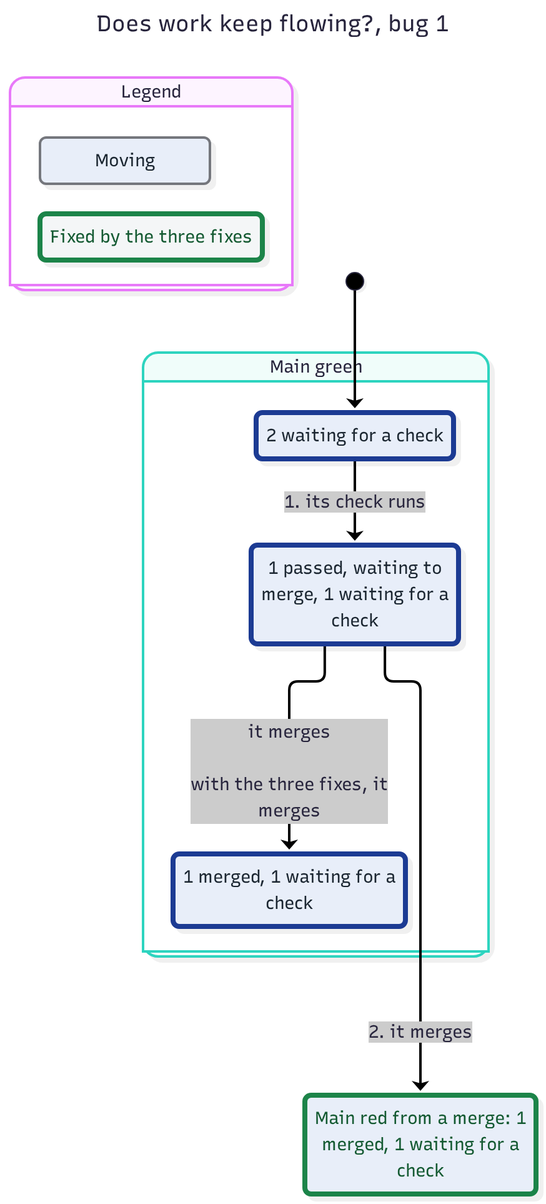
Earlier version of the Mermaid export features/jmerge/spec/FlowToday-statechart/bug-1.png (JoshuaHayesWasHere/jstack). Its source is kept beside it as features/jmerge/spec/FlowToday-statechart/bug-1.mmd.
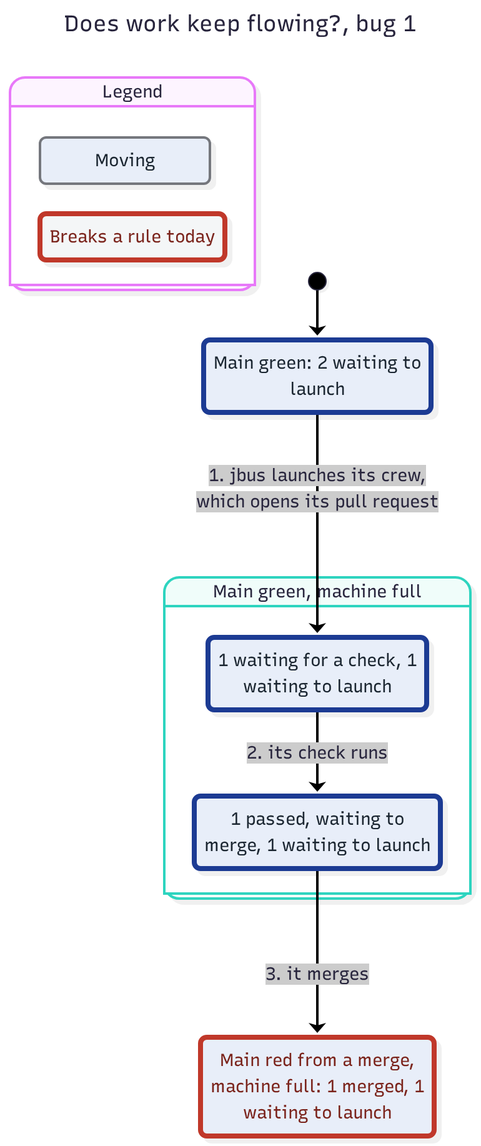
Above is the later version.

What changed in the source:
```diff
@@ -6,27 +6,27 @@
     useMaxWidth: false
 ---
 stateDiagram-v2
-  classDef plainFixed fill:#f4f6f7,stroke:#1e8449,stroke-width:4px,color:#145a32
+  classDef plainWrong fill:#f4f6f7,stroke:#c0392b,stroke-width:4px,color:#7b241c
   classDef group1 fill:#e8eef9,stroke:#74777d,color:#1b2631
-  classDef group1Fixed fill:#e8eef9,stroke:#1e8449,stroke-width:4px,color:#145a32
+  classDef group1Wrong fill:#e8eef9,stroke:#c0392b,stroke-width:4px,color:#7b241c
   classDef group1Path fill:#e8eef9,stroke:#1f3a93,stroke-width:4px,color:#1b2631
   state "Legend" as legend {
     state "Moving" as legendGroup1
-    state "Fixed by the three fixes" as legendFixed
+    state "Breaks a rule today" as legendWrong
   }
   class legendGroup1 group1
-  class legendFixed plainFixed
-  state "Main green" as g0 {
-    state "1 merged, 1 waiting for a<br/>check" as s0
-    state "1 passed, waiting to<br/>merge, 1 waiting for a<br/>check" as s1
-    state "2 waiting for a check" as s2
+  class legendWrong plainWrong
+  state "Main green, machine full" as g0 {
+    state "1 passed, waiting to<br/>merge, 1 waiting to launch" as s0
+    state "1 waiting for a check, 1<br/>waiting to launch" as s1
   }
-  state "Main red from a merge: 1<br/>merged, 1 waiting for a<br/>check" as s3
+  state "Main green: 2 waiting to<br/>launch" as s2
+  state "Main red from a merge,<br/>machine full: 1 merged, 1<br/>waiting to launch" as s3
   [*] --> s2
-  s2 --> s1 : 1. its check runs
-  s1 --> s0 : it merges<br/>#160;<br/>with the three fixes, it<br/>merges
-  s1 --> s3 : 2. it merges
+  s2 --> s1 : 1. jbus launches its crew,<br/>which opens its pull request
+  s1 --> s0 : 2. its check runs
+  s0 --> s3 : 3. it merges
   class s0 group1Path
   class s1 group1Path
   class s2 group1Path
-  class s3 group1Fixed
+  class s3 group1Wrong
```
